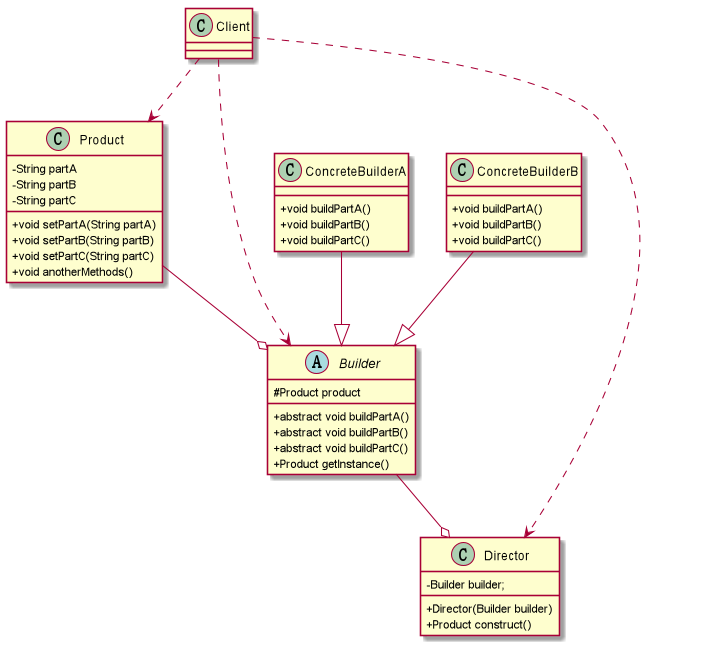
Earlier version of the PlantUML export design/建造者模式.png (FameLsy/Images).
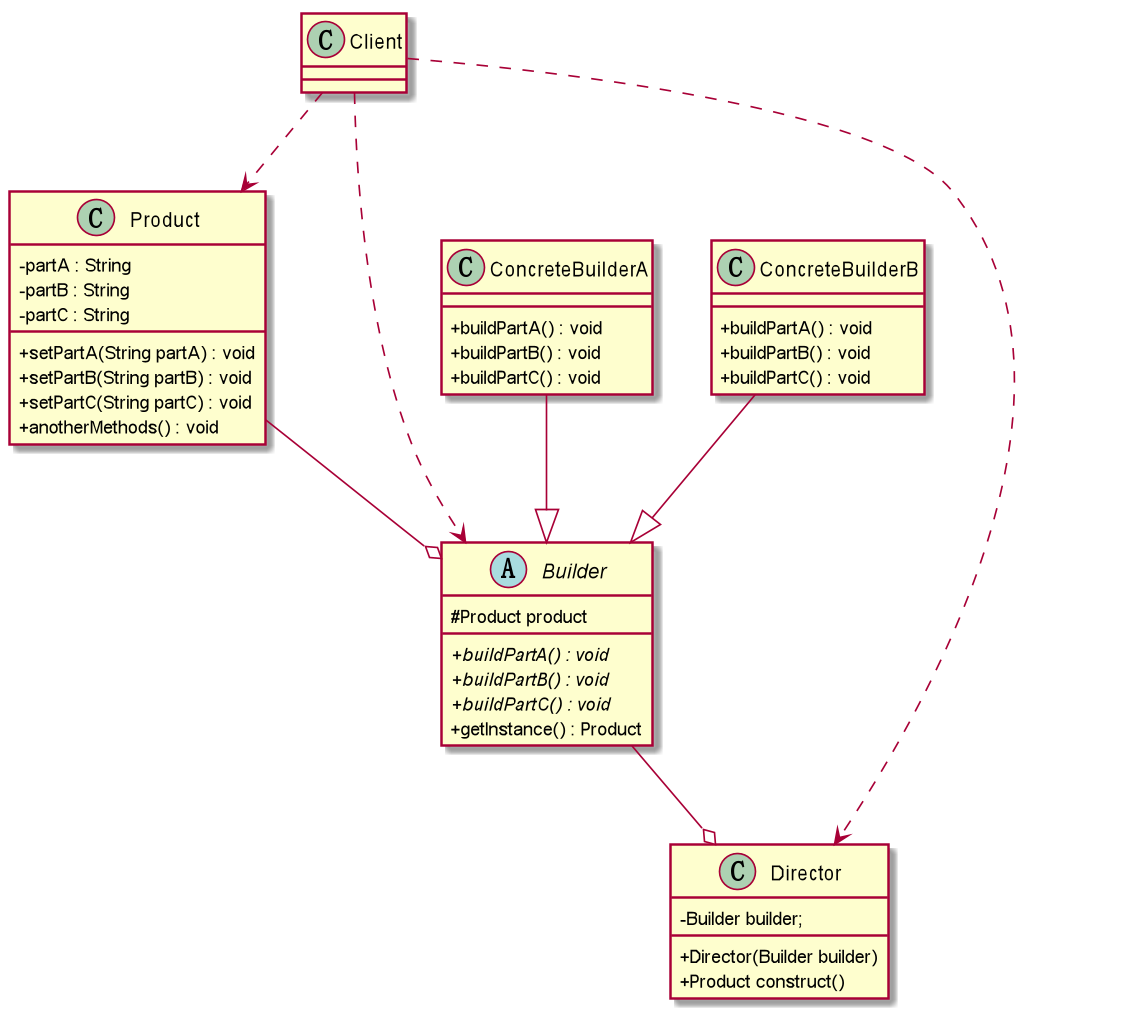
The same file after the commit.

Diff of the diagram source:
```diff
@@ -1,38 +1,38 @@
 @startuml
 skinparam classAttributeIconSize 0
 Class Product{
-   - String partA
-   - String partB
-   - String partC
+   -  partA : String
+   -  partB : String
+   -  partC : String
 
-   + void setPartA(String partA)
-   + void setPartB(String partB)
-   + void setPartC(String partC)
-   + void anotherMethods()
+   +  setPartA(String partA) : void
+   +  setPartB(String partB) : void
+   +  setPartC(String partC) : void
+   +  anotherMethods() : void
 
 }
 
 abstract Builder
 {
     # Product product
-    + abstract void buildPartA()
-    + abstract void buildPartB()
-    + abstract void buildPartC()
-    + Product getInstance()
+    + {abstract}  buildPartA() : void
+    + {abstract}  buildPartB() : void
+    + {abstract}  buildPartC() : void
+    +  getInstance() : Product
 }
 
 class ConcreteBuilderA
 {
-    + void buildPartA()
-    + void buildPartB()
-    + void buildPartC()
+    +  buildPartA() : void
+    +  buildPartB() : void
+    +  buildPartC() : void
 }
 
 class ConcreteBuilderB
 {
-    + void buildPartA()
-    + void buildPartB()
-    + void buildPartC()
+    +  buildPartA() : void
+    +  buildPartB() : void
+    +  buildPartC() : void
 }
 
 class Director
```
